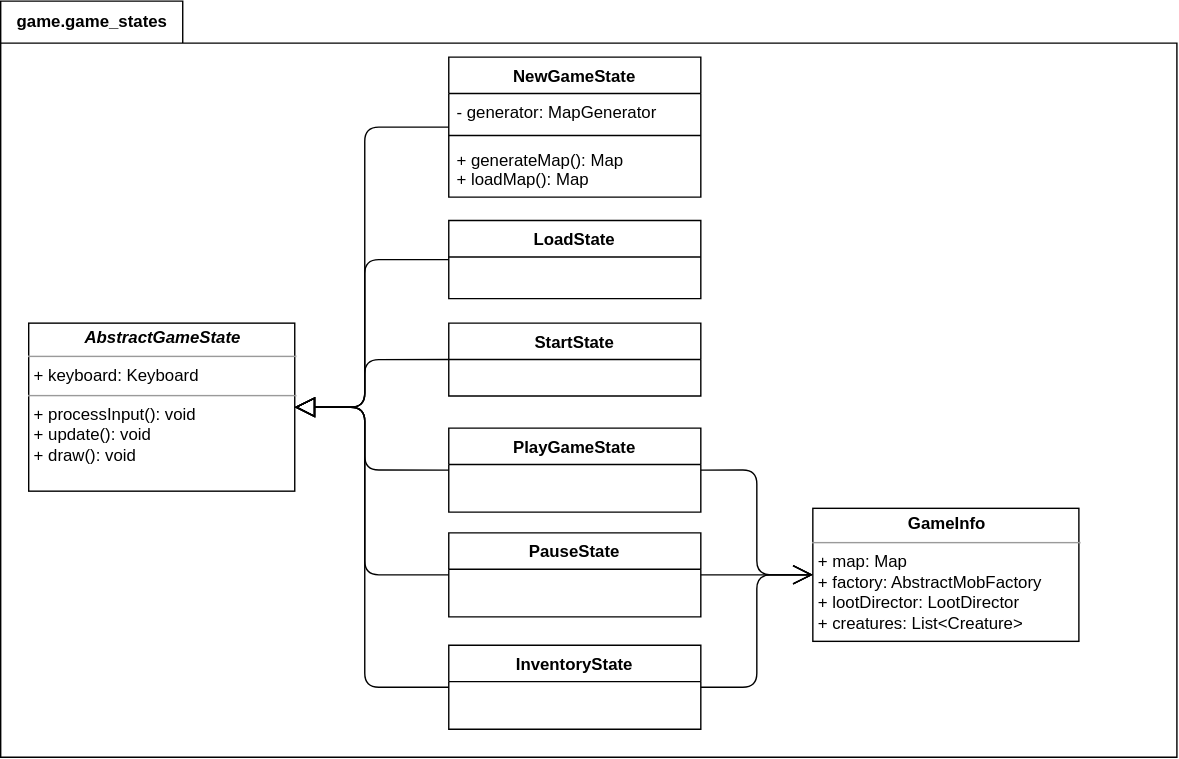
The draw.io diagram hw2/img/states-classes.svg in rprtr258/program-architecture-homeworks, before a commit. Source tidied: cells renumbered, new cells last; positions are measured from the earlier drawing's top-left corner, leaving out a move shared by most shapes.
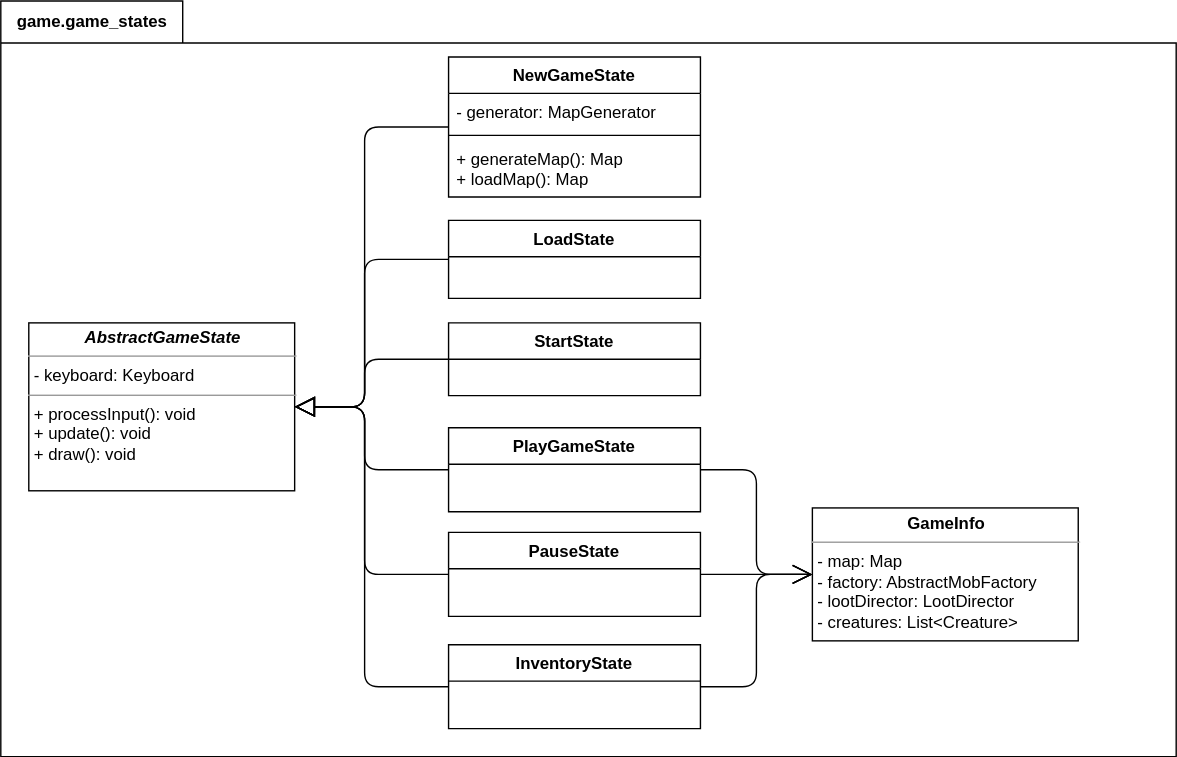
The same diagram one commit later.

Diff of the diagram source:
```diff
@@ -5,7 +5,7 @@
     <mxCell id="2" value="game.game_states" style="shape=folder;fontStyle=1;tabWidth=130;tabHeight=30;tabPosition=left;html=1;boundedLbl=1;labelInHeader=1;" parent="1" vertex="1">
       <mxGeometry y="0.2" width="840" height="540" as="geometry" />
     </mxCell>
-    <mxCell id="3" value="&lt;p style=&quot;margin: 0px ; margin-top: 4px ; text-align: center&quot;&gt;&lt;b&gt;&lt;i&gt;AbstractGameState&lt;/i&gt;&lt;/b&gt;&lt;/p&gt;&lt;hr size=&quot;1&quot;&gt;&lt;p style=&quot;margin: 0px 0px 0px 4px&quot;&gt;+ keyboard: Keyboard&lt;/p&gt;&lt;hr size=&quot;1&quot;&gt;&lt;p style=&quot;margin: 0px ; margin-left: 4px&quot;&gt;+ processInput(): void&lt;br&gt;+ update(): void&lt;/p&gt;&lt;p style=&quot;margin: 0px ; margin-left: 4px&quot;&gt;+ draw(): void&lt;/p&gt;" style="verticalAlign=top;align=left;overflow=fill;fontSize=12;fontFamily=Helvetica;html=1;" parent="1" vertex="1">
+    <mxCell id="3" value="&lt;p style=&quot;margin: 0px ; margin-top: 4px ; text-align: center&quot;&gt;&lt;b&gt;&lt;i&gt;AbstractGameState&lt;/i&gt;&lt;/b&gt;&lt;/p&gt;&lt;hr size=&quot;1&quot;&gt;&lt;p style=&quot;margin: 0px 0px 0px 4px&quot;&gt;- keyboard: Keyboard&lt;/p&gt;&lt;hr size=&quot;1&quot;&gt;&lt;p style=&quot;margin: 0px ; margin-left: 4px&quot;&gt;+ processInput(): void&lt;br&gt;+ update(): void&lt;/p&gt;&lt;p style=&quot;margin: 0px ; margin-left: 4px&quot;&gt;+ draw(): void&lt;/p&gt;" style="verticalAlign=top;align=left;overflow=fill;fontSize=12;fontFamily=Helvetica;html=1;" parent="1" vertex="1">
       <mxGeometry x="20" y="230.2" width="190" height="120" as="geometry" />
     </mxCell>
     <mxCell id="4" value="PauseState" style="swimlane;fontStyle=1;horizontal=1;startSize=26;fillColor=none;" parent="1" vertex="1">
@@ -20,7 +20,7 @@
     <mxCell id="7" value=" " style="text;strokeColor=none;fillColor=none;align=left;verticalAlign=top;spacingLeft=4;spacingRight=4;overflow=hidden;" parent="6" vertex="1">
       <mxGeometry y="26" width="180" height="34" as="geometry" />
     </mxCell>
-    <mxCell id="8" value="&lt;p style=&quot;margin: 0px ; margin-top: 4px ; text-align: center&quot;&gt;&lt;b&gt;GameInfo&lt;/b&gt;&lt;/p&gt;&lt;hr size=&quot;1&quot;&gt;&lt;p style=&quot;margin: 0px 0px 0px 4px&quot;&gt;+ map: Map&lt;br style=&quot;padding: 0px ; margin: 0px&quot;&gt;+ factory: AbstractMobFactory&lt;br style=&quot;padding: 0px ; margin: 0px&quot;&gt;+ lootDirector: LootDirector&lt;br&gt;&lt;/p&gt;&lt;p style=&quot;margin: 0px 0px 0px 4px&quot;&gt;+ creatures: List&amp;lt;Creature&amp;gt;&lt;br&gt;&lt;/p&gt;&lt;p style=&quot;margin: 0px ; margin-left: 4px&quot;&gt;&lt;br&gt;&lt;/p&gt;" style="verticalAlign=top;align=left;overflow=fill;fontSize=12;fontFamily=Helvetica;html=1;" parent="1" vertex="1">
+    <mxCell id="8" value="&lt;p style=&quot;margin: 0px ; margin-top: 4px ; text-align: center&quot;&gt;&lt;b&gt;GameInfo&lt;/b&gt;&lt;/p&gt;&lt;hr size=&quot;1&quot;&gt;&lt;p style=&quot;margin: 0px 0px 0px 4px&quot;&gt;- map: Map&lt;br style=&quot;padding: 0px ; margin: 0px&quot;&gt;- factory: AbstractMobFactory&lt;br style=&quot;padding: 0px ; margin: 0px&quot;&gt;- lootDirector: LootDirector&lt;br&gt;&lt;/p&gt;&lt;p style=&quot;margin: 0px 0px 0px 4px&quot;&gt;- creatures: List&amp;lt;Creature&amp;gt;&lt;br&gt;&lt;/p&gt;&lt;p style=&quot;margin: 0px ; margin-left: 4px&quot;&gt;&lt;br&gt;&lt;/p&gt;" style="verticalAlign=top;align=left;overflow=fill;fontSize=12;fontFamily=Helvetica;html=1;" parent="1" vertex="1">
       <mxGeometry x="580" y="362.5" width="190" height="95" as="geometry" />
     </mxCell>
     <mxCell id="9" style="endArrow=open;endFill=0;endSize=12;html=1;entryX=0;entryY=0.5;entryDx=0;entryDy=0;exitX=1;exitY=0.5;exitDx=0;exitDy=0;edgeStyle=orthogonalEdgeStyle;startArrow=none;startFill=0;" parent="1" edge="1" source="4" target="8">
```
